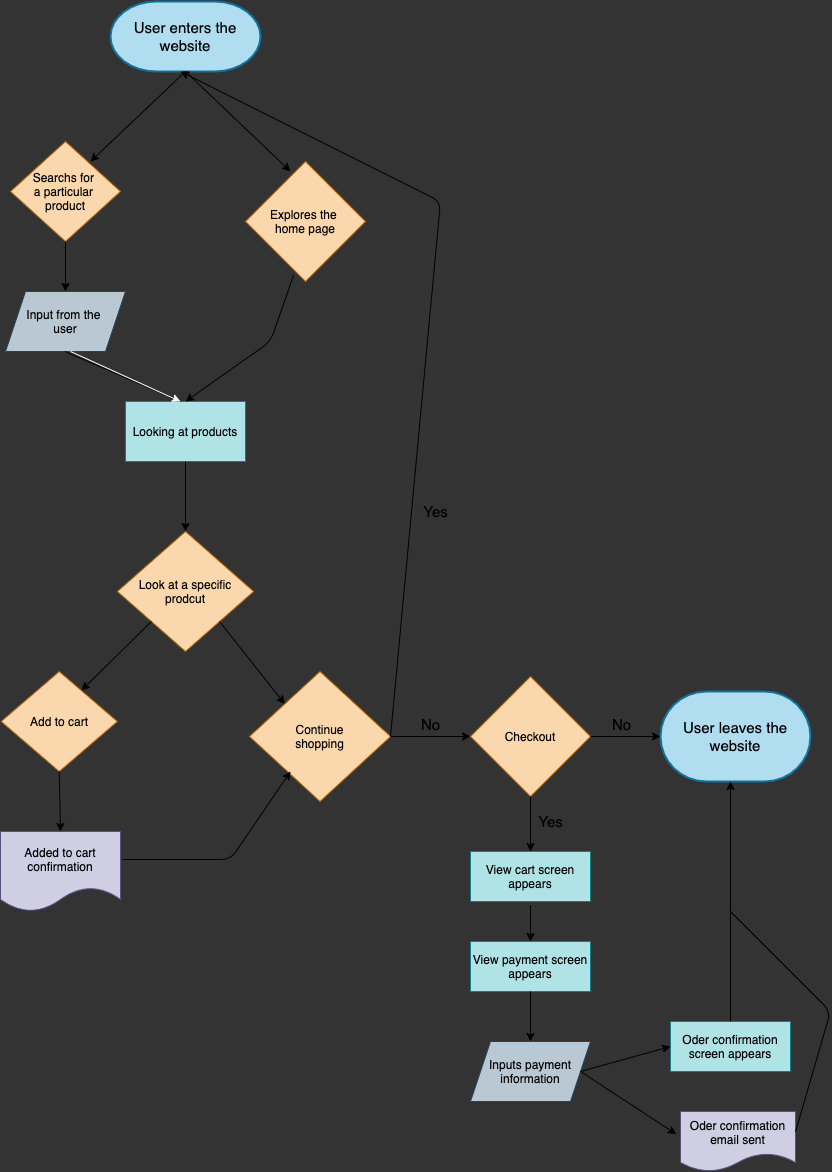
Earlier version of the draw.io export explore/diagramming/diagram.drawio.png (patibrewala/fa21-cse110-lab4). Source tidied: cells renumbered, new cells last; positions are measured from the earlier drawing's top-left corner, leaving out a move shared by most shapes.
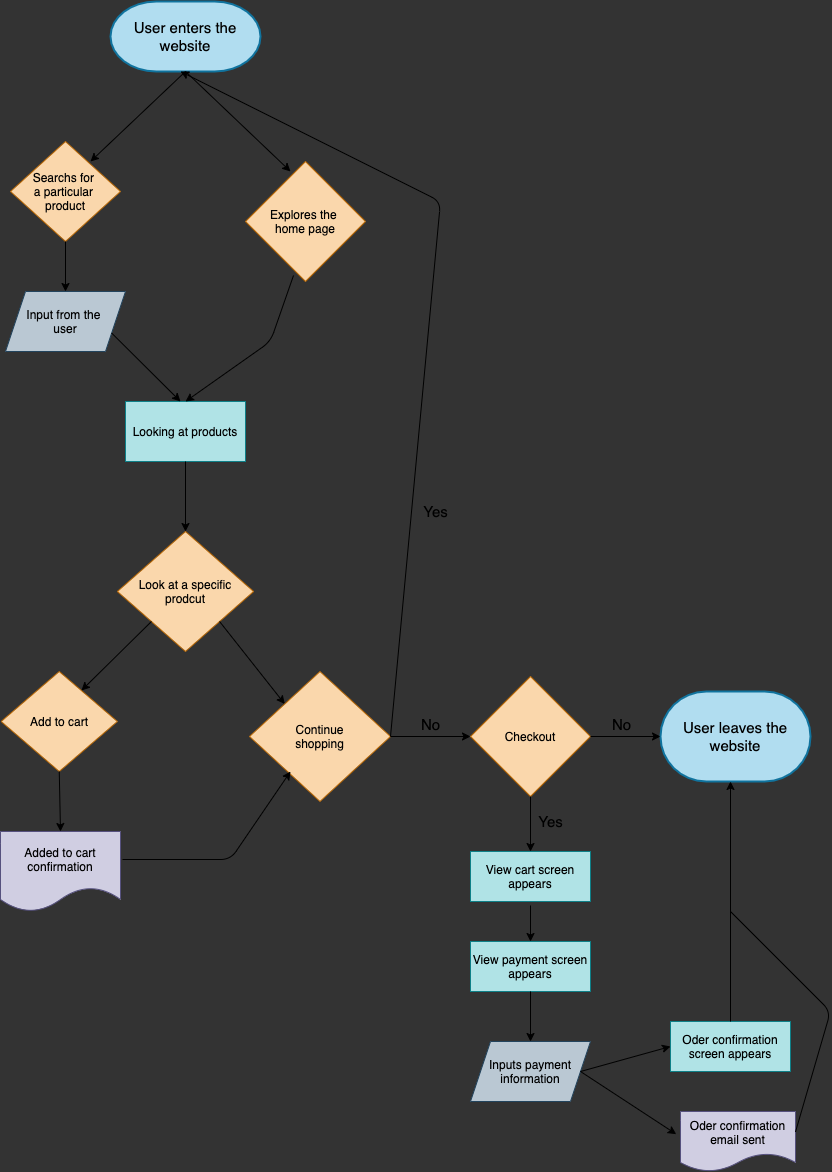
After the change.

Change to the diagram source:
```diff
@@ -151,15 +151,8 @@
     <mxCell id="40" value="Yes" style="text;html=1;align=center;verticalAlign=middle;strokeColor=none;fontSize=15;" parent="1" vertex="1">
       <mxGeometry x="530" y="810" width="40" height="20" as="geometry" />
     </mxCell>
-    <mxCell id="41" style="endArrow=classic;html=1;exitX=0.5;exitY=1;exitDx=0;exitDy=0;labelBackgroundColor=#ffffff;strokeColor=#000000;" parent="1" edge="1">
-      <mxGeometry relative="1" as="geometry">
-        <mxPoint x="64.5" y="350" as="sourcePoint" />
-        <mxPoint x="180" y="400" as="targetPoint" />
-      </mxGeometry>
-    </mxCell>
-    <mxCell id="42" style="endArrow=classic;html=1;labelBackgroundColor=#000000;fontSize=15;fontColor=#f0f0f0;strokeColor=#FFFFFF;" parent="1" edge="1">
+    <mxCell id="42" style="endArrow=classic;html=1;labelBackgroundColor=#000000;fontSize=15;fontColor=#f0f0f0;exitX=1;exitY=0.75;exitDx=0;exitDy=0;strokeColor=#000000;" parent="1" edge="1" source="7">
       <mxGeometry relative="1" as="geometry">
-        <mxPoint x="70" y="350" as="sourcePoint" />
         <mxPoint x="180" y="400" as="targetPoint" />
       </mxGeometry>
     </mxCell>
```
